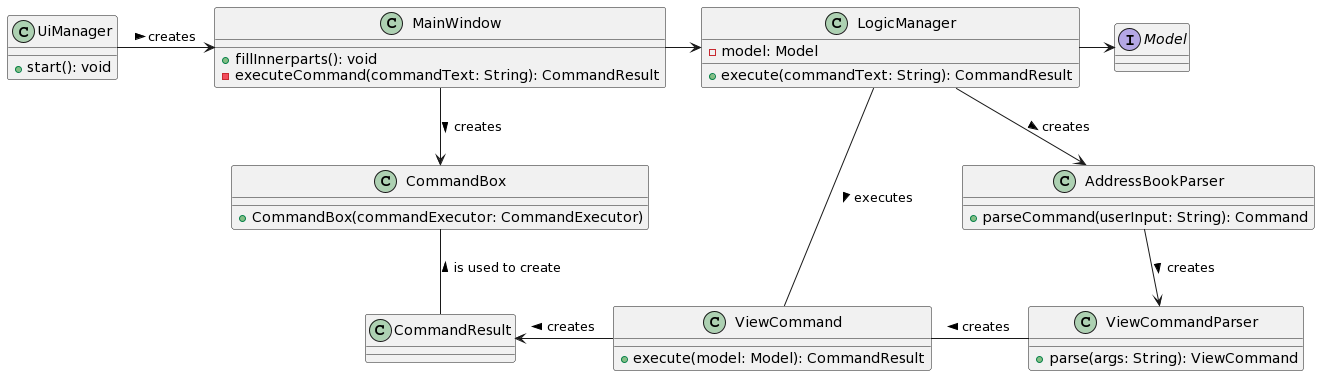
Before: docs/images/ViewClassDiagram.png, a diagram exported from PlantUML (nus-cs2103-AY2324S2/tp). Its diagram source:
```plantuml
@startuml
class UiManager {
+ start(): void
}
class MainWindow {
+ fillInnerparts(): void
- executeCommand(commandText: String): CommandResult
}
class LogicManager {
- model: Model
+ execute(commandText: String): CommandResult
}
class AddressBookParser {
+ parseCommand(userInput: String): Command
}
class ViewCommandParser {
+ parse(args: String): ViewCommand
}
class ViewCommand {
+ execute(model: Model): CommandResult
}
class CommandResult {
}

class CommandBox {
+ CommandBox(commandExecutor: CommandExecutor)
}
interface Model

UiManager -> MainWindow : creates >
MainWindow -> LogicManager
MainWindow --> CommandBox : creates >
LogicManager --> AddressBookParser : creates >
LogicManager -> Model
AddressBookParser --> ViewCommandParser : creates >
ViewCommand - ViewCommandParser : creates <
CommandResult <- ViewCommand : creates <
LogicManager -- ViewCommand : executes >
CommandBox -- CommandResult : is used to create <
@enduml
```
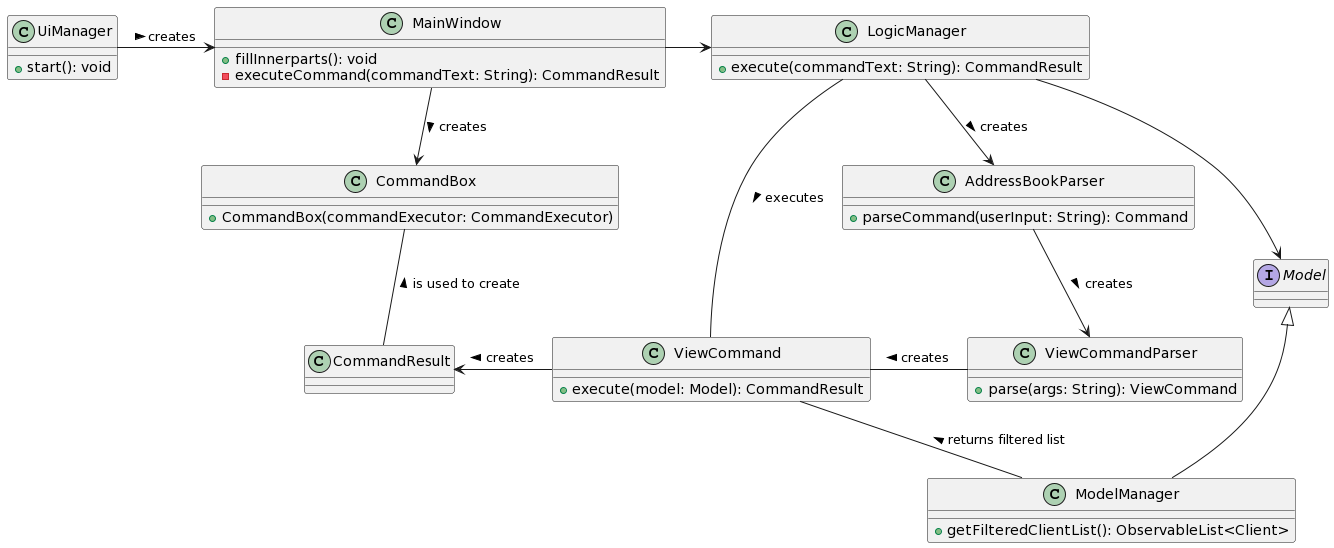
The same diagram one commit later.

Commit message:
Created class diagram for FindTag. Also Created Object diagrams detailing the state of the program at various steps of the execution of FindTag.

The edit, as a diff of the source:
```diff
@@ -7,7 +7,6 @@
 - executeCommand(commandText: String): CommandResult
 }
 class LogicManager {
-- model: Model
 + execute(commandText: String): CommandResult
 }
 class AddressBookParser {
@@ -26,15 +25,20 @@
 + CommandBox(commandExecutor: CommandExecutor)
 }
 interface Model
+class ModelManager {
++ getFilteredClientList(): ObservableList<Client>
+}
 
 UiManager -> MainWindow : creates >
 MainWindow -> LogicManager
 MainWindow --> CommandBox : creates >
 LogicManager --> AddressBookParser : creates >
-LogicManager -> Model
+Model <|-- ModelManager
+LogicManager --> Model
 AddressBookParser --> ViewCommandParser : creates >
 ViewCommand - ViewCommandParser : creates <
 CommandResult <- ViewCommand : creates <
+ViewCommand -- ModelManager: returns filtered list <
 LogicManager -- ViewCommand : executes >
 CommandBox -- CommandResult : is used to create <
 @enduml
```
